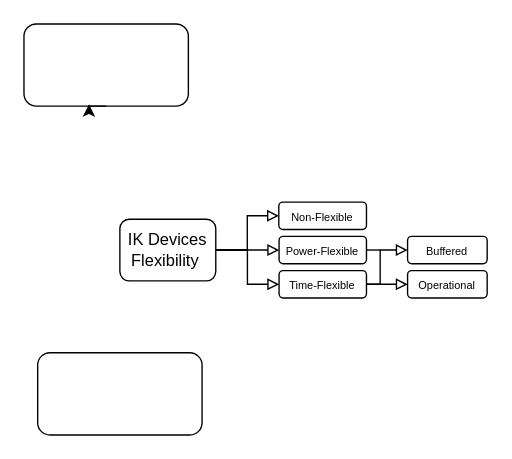
Above: Flex_Class_IK.drawio in luistmartins/thesis_ik (draw.io), before the change. Source tidied: cells renumbered, new cells numbered last; positions are measured from the earlier drawing's top-left corner, leaving out a move shared by most shapes. Both pictures are drawn from the tidied source at 137%, with x=0, y=0 at pixel (23, 23).
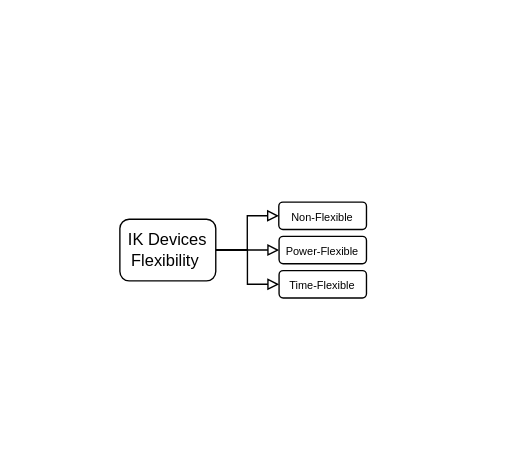
After the change.

The change refers to these unchanged cells:
```xml
<mxCell id="6" value="&lt;font style=&quot;font-size: 8px;&quot;&gt;Power-Flexible&lt;/font&gt;" style="rounded=1;whiteSpace=wrap;html=1;" parent="1" vertex="1">
  <mxGeometry x="186.2" y="155" width="63.8" height="20" as="geometry" />
</mxCell>
<mxCell id="10" value="&lt;font style=&quot;font-size: 8px;&quot;&gt;Time-Flexible&lt;/font&gt;" style="rounded=1;whiteSpace=wrap;html=1;" parent="1" vertex="1">
  <mxGeometry x="186.2" y="180" width="63.8" height="20" as="geometry" />
</mxCell>
```

The edit, as a diff of the source:
```diff
@@
-    <mxCell id="8" style="edgeStyle=orthogonalEdgeStyle;rounded=0;jettySize=auto;html=1;endArrow=block;endFill=0;entryX=0;entryY=0.5;entryDx=0;entryDy=0;exitX=1;exitY=0.5;exitDx=0;exitDy=0;" parent="1" edge="1" source="10" target="11">
-      <mxGeometry relative="1" as="geometry">
-        <Array as="points">
-          <mxPoint x="260" y="190" />
-          <mxPoint x="260" y="165" />
-        </Array>
-      </mxGeometry>
-    </mxCell>
-    <mxCell id="9" style="edgeStyle=orthogonalEdgeStyle;rounded=0;jettySize=auto;html=1;endArrow=block;endFill=0;entryX=0;entryY=0.5;entryDx=0;entryDy=0;" parent="1" edge="1" target="12">
-      <mxGeometry relative="1" as="geometry">
-        <mxPoint x="246" y="190" as="sourcePoint" />
-        <Array as="points">
-          <mxPoint x="280" y="190" />
-        </Array>
-      </mxGeometry>
-    </mxCell>
@@
-    <mxCell id="11" value="&lt;font style=&quot;font-size: 8px;&quot;&gt;Buffered&lt;/font&gt;" style="whiteSpace=wrap;html=1;rounded=1;" parent="1" vertex="1">
-      <mxGeometry x="280" y="155" width="58.1" height="20" as="geometry" />
-    </mxCell>
-    <mxCell id="12" value="&lt;font style=&quot;font-size: 8px;&quot;&gt;Operational&lt;/font&gt;" style="rounded=1;whiteSpace=wrap;html=1;" parent="1" vertex="1">
-      <mxGeometry x="280" y="180" width="58.1" height="20" as="geometry" />
-    </mxCell>
-    <mxCell id="13" style="rounded=1;whiteSpace=wrap;html=1;" parent="1" vertex="1">
-      <mxGeometry width="120" height="60" as="geometry" />
-    </mxCell>
-    <mxCell id="14" style="rounded=1;whiteSpace=wrap;html=1;" parent="1" vertex="1">
-      <mxGeometry x="10" y="240" width="120" height="60" as="geometry" />
-    </mxCell>
-    <mxCell id="15" style="edgeStyle=orthogonalEdgeStyle;rounded=0;orthogonalLoop=1;jettySize=auto;html=1;exitX=0.5;exitY=1;exitDx=0;exitDy=0;entryX=0.396;entryY=0.978;entryDx=0;entryDy=0;entryPerimeter=0;" parent="1" edge="1" source="13" target="13">
-      <mxGeometry relative="1" as="geometry" />
-    </mxCell>
-    <mxCell id="16" style="endArrow=none;html=1;rounded=0;exitX=1;exitY=0.5;exitDx=0;exitDy=0;" parent="1" edge="1" source="6">
-      <mxGeometry relative="1" as="geometry">
-        <mxPoint x="260" y="165" as="targetPoint" />
-      </mxGeometry>
-    </mxCell>
```
